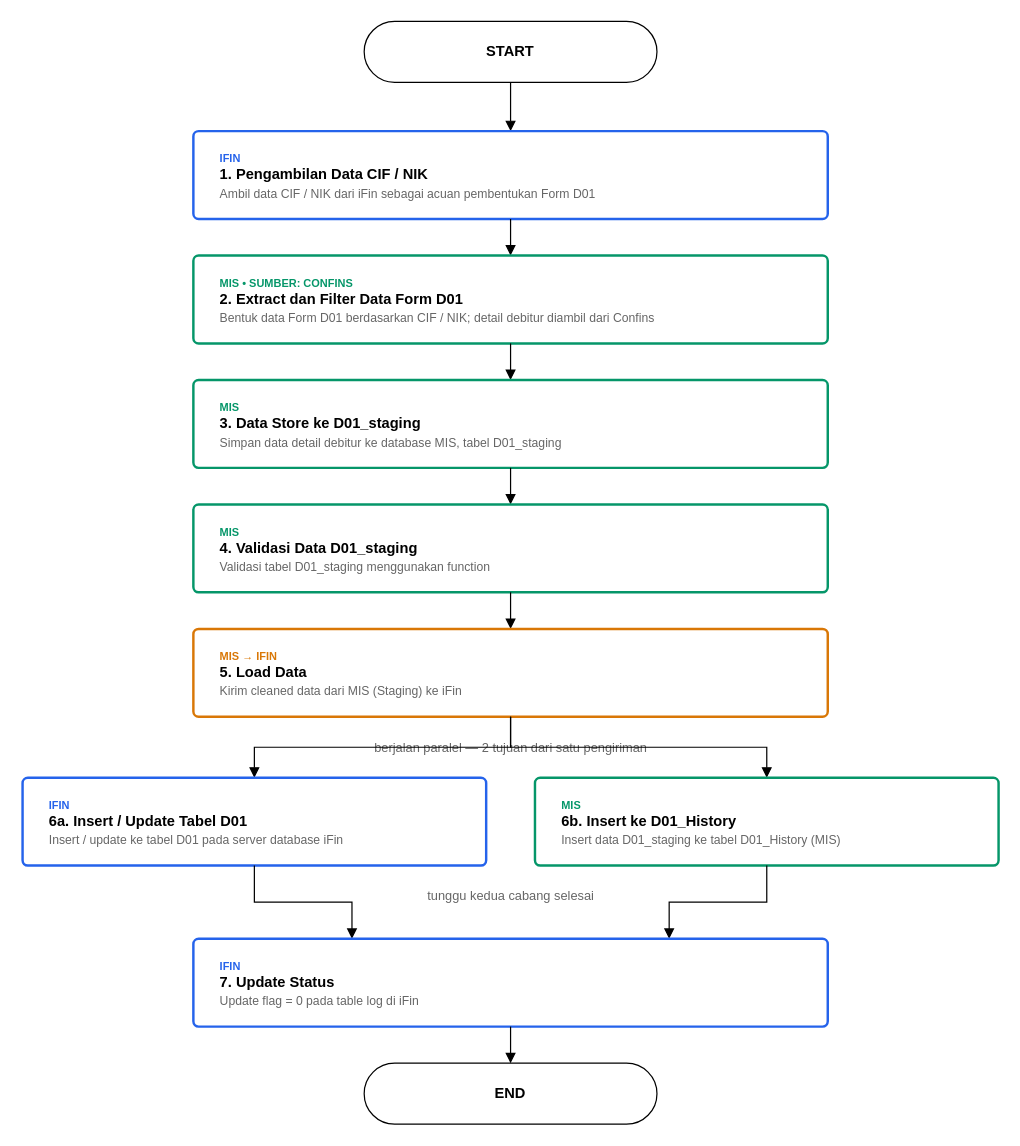
Before: diagrams/slik-d01-business-flow.drawio in mcellina/flow_process_1, a draw.io diagram. Source tidied: cells renumbered, new cells numbered last; positions are measured from the earlier drawing's top-left corner, leaving out a move shared by most shapes. Both pictures are drawn from the tidied source at 122%, with x=0, y=0 at pixel (22, 21).
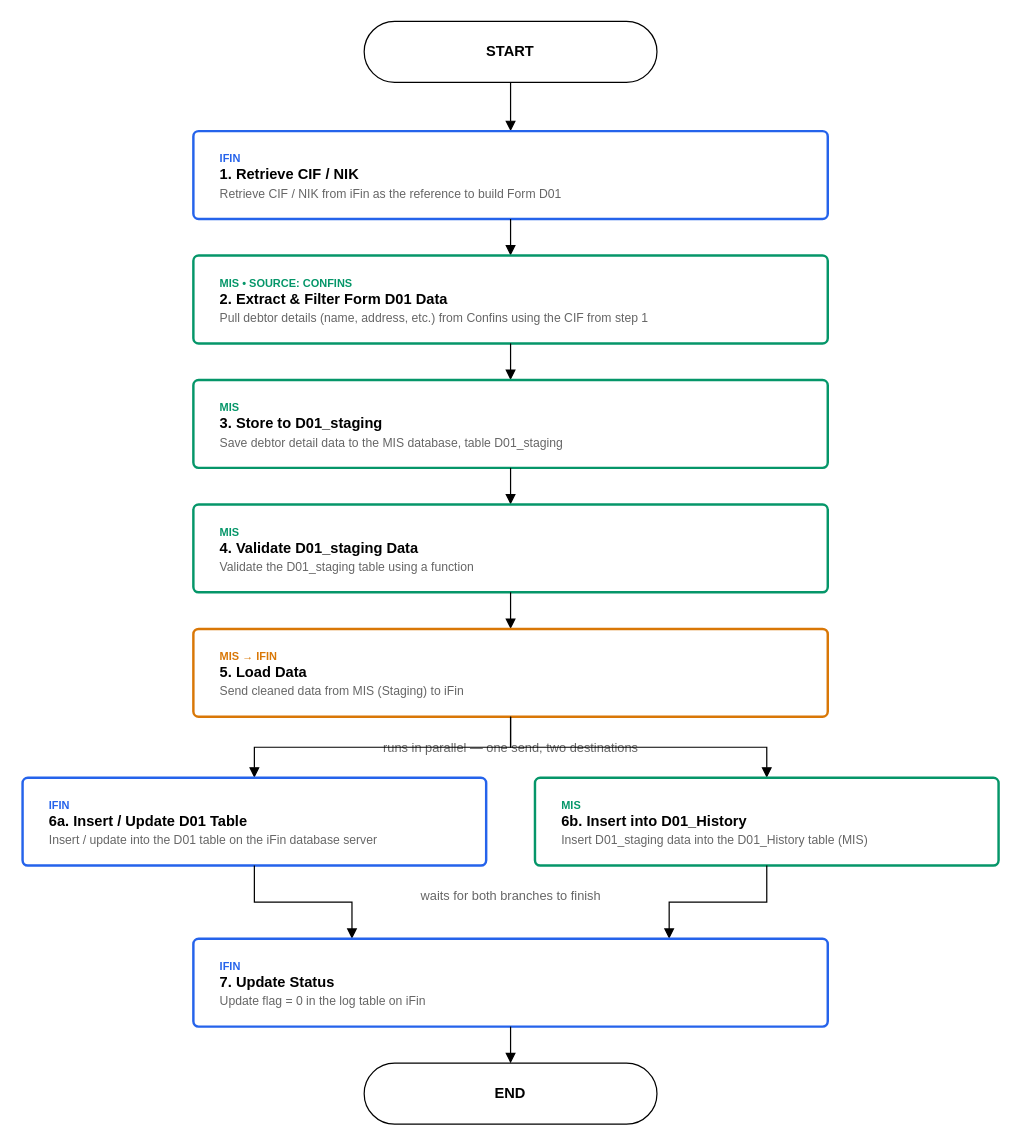
The same page after the edit.

Commit message (it also covers changes not shown here):
Translate D01 business flow to English, clarify step 2 wording

Step 2 now explains the Confins lookup more concretely: pulling debtor
details (name, address, etc.) using the CIF obtained in step 1, rather
than the vaguer 'build Form D01 based on CIF/NIK' phrasing.

Diff of the diagram source:
```diff
@@
-    <mxCell id="4" value="&lt;font style='font-size:9px;color:#2563EB'&gt;&lt;b&gt;IFIN&lt;/b&gt;&lt;/font&gt;&lt;br&gt;&lt;b&gt;1. Pengambilan Data CIF / NIK&lt;/b&gt;&lt;br&gt;&lt;font style='font-size:10px;color:#666666'&gt;Ambil data CIF / NIK dari iFin sebagai acuan pembentukan Form D01&lt;/font&gt;" style="rounded=1;arcSize=6;whiteSpace=wrap;html=1;align=left;verticalAlign=middle;spacing=8;spacingLeft=14;strokeColor=#2563EB;strokeWidth=2;" parent="1" vertex="1">
+    <mxCell id="4" value="&lt;font style='font-size:9px;color:#2563EB'&gt;&lt;b&gt;IFIN&lt;/b&gt;&lt;/font&gt;&lt;br&gt;&lt;b&gt;1. Retrieve CIF / NIK&lt;/b&gt;&lt;br&gt;&lt;font style='font-size:10px;color:#666666'&gt;Retrieve CIF / NIK from iFin as the reference to build Form D01&lt;/font&gt;" style="rounded=1;arcSize=6;whiteSpace=wrap;html=1;align=left;verticalAlign=middle;spacing=8;spacingLeft=14;strokeColor=#2563EB;strokeWidth=2;" parent="1" vertex="1">
       <mxGeometry x="140" y="90" width="520" height="72" as="geometry" />
     </mxCell>
@@
-    <mxCell id="6" value="&lt;font style='font-size:9px;color:#059669'&gt;&lt;b&gt;MIS • SUMBER: CONFINS&lt;/b&gt;&lt;/font&gt;&lt;br&gt;&lt;b&gt;2. Extract dan Filter Data Form D01&lt;/b&gt;&lt;br&gt;&lt;font style='font-size:10px;color:#666666'&gt;Bentuk data Form D01 berdasarkan CIF / NIK; detail debitur diambil dari Confins&lt;/font&gt;" style="rounded=1;arcSize=6;whiteSpace=wrap;html=1;align=left;verticalAlign=middle;spacing=8;spacingLeft=14;strokeColor=#059669;strokeWidth=2;" parent="1" vertex="1">
+    <mxCell id="6" value="&lt;font style='font-size:9px;color:#059669'&gt;&lt;b&gt;MIS • SOURCE: CONFINS&lt;/b&gt;&lt;/font&gt;&lt;br&gt;&lt;b&gt;2. Extract &amp; Filter Form D01 Data&lt;/b&gt;&lt;br&gt;&lt;font style='font-size:10px;color:#666666'&gt;Pull debtor details (name, address, etc.) from Confins using the CIF from step 1&lt;/font&gt;" style="rounded=1;arcSize=6;whiteSpace=wrap;html=1;align=left;verticalAlign=middle;spacing=8;spacingLeft=14;strokeColor=#059669;strokeWidth=2;" parent="1" vertex="1">
       <mxGeometry x="140" y="192" width="520" height="72" as="geometry" />
     </mxCell>
@@
-    <mxCell id="8" value="&lt;font style='font-size:9px;color:#059669'&gt;&lt;b&gt;MIS&lt;/b&gt;&lt;/font&gt;&lt;br&gt;&lt;b&gt;3. Data Store ke D01_staging&lt;/b&gt;&lt;br&gt;&lt;font style='font-size:10px;color:#666666'&gt;Simpan data detail debitur ke database MIS, tabel D01_staging&lt;/font&gt;" style="rounded=1;arcSize=6;whiteSpace=wrap;html=1;align=left;verticalAlign=middle;spacing=8;spacingLeft=14;strokeColor=#059669;strokeWidth=2;" parent="1" vertex="1">
+    <mxCell id="8" value="&lt;font style='font-size:9px;color:#059669'&gt;&lt;b&gt;MIS&lt;/b&gt;&lt;/font&gt;&lt;br&gt;&lt;b&gt;3. Store to D01_staging&lt;/b&gt;&lt;br&gt;&lt;font style='font-size:10px;color:#666666'&gt;Save debtor detail data to the MIS database, table D01_staging&lt;/font&gt;" style="rounded=1;arcSize=6;whiteSpace=wrap;html=1;align=left;verticalAlign=middle;spacing=8;spacingLeft=14;strokeColor=#059669;strokeWidth=2;" parent="1" vertex="1">
       <mxGeometry x="140" y="294" width="520" height="72" as="geometry" />
     </mxCell>
@@
-    <mxCell id="10" value="&lt;font style='font-size:9px;color:#059669'&gt;&lt;b&gt;MIS&lt;/b&gt;&lt;/font&gt;&lt;br&gt;&lt;b&gt;4. Validasi Data D01_staging&lt;/b&gt;&lt;br&gt;&lt;font style='font-size:10px;color:#666666'&gt;Validasi tabel D01_staging menggunakan function&lt;/font&gt;" style="rounded=1;arcSize=6;whiteSpace=wrap;html=1;align=left;verticalAlign=middle;spacing=8;spacingLeft=14;strokeColor=#059669;strokeWidth=2;" parent="1" vertex="1">
+    <mxCell id="10" value="&lt;font style='font-size:9px;color:#059669'&gt;&lt;b&gt;MIS&lt;/b&gt;&lt;/font&gt;&lt;br&gt;&lt;b&gt;4. Validate D01_staging Data&lt;/b&gt;&lt;br&gt;&lt;font style='font-size:10px;color:#666666'&gt;Validate the D01_staging table using a function&lt;/font&gt;" style="rounded=1;arcSize=6;whiteSpace=wrap;html=1;align=left;verticalAlign=middle;spacing=8;spacingLeft=14;strokeColor=#059669;strokeWidth=2;" parent="1" vertex="1">
       <mxGeometry x="140" y="396" width="520" height="72" as="geometry" />
     </mxCell>
@@
-    <mxCell id="12" value="&lt;font style='font-size:9px;color:#D97706'&gt;&lt;b&gt;MIS → IFIN&lt;/b&gt;&lt;/font&gt;&lt;br&gt;&lt;b&gt;5. Load Data&lt;/b&gt;&lt;br&gt;&lt;font style='font-size:10px;color:#666666'&gt;Kirim cleaned data dari MIS (Staging) ke iFin&lt;/font&gt;" style="rounded=1;arcSize=6;whiteSpace=wrap;html=1;align=left;verticalAlign=middle;spacing=8;spacingLeft=14;strokeColor=#D97706;strokeWidth=2;" parent="1" vertex="1">
+    <mxCell id="12" value="&lt;font style='font-size:9px;color:#D97706'&gt;&lt;b&gt;MIS → IFIN&lt;/b&gt;&lt;/font&gt;&lt;br&gt;&lt;b&gt;5. Load Data&lt;/b&gt;&lt;br&gt;&lt;font style='font-size:10px;color:#666666'&gt;Send cleaned data from MIS (Staging) to iFin&lt;/font&gt;" style="rounded=1;arcSize=6;whiteSpace=wrap;html=1;align=left;verticalAlign=middle;spacing=8;spacingLeft=14;strokeColor=#D97706;strokeWidth=2;" parent="1" vertex="1">
       <mxGeometry x="140" y="498" width="520" height="72" as="geometry" />
     </mxCell>
-    <mxCell id="13" value="berjalan paralel — 2 tujuan dari satu pengiriman" style="text;html=1;align=center;fontSize=10.5;fontColor=#666666;" parent="1" vertex="1">
+    <mxCell id="13" value="runs in parallel — one send, two destinations" style="text;html=1;align=center;fontSize=10.5;fontColor=#666666;" parent="1" vertex="1">
       <mxGeometry x="220" y="582" width="360" height="20" as="geometry" />
     </mxCell>
@@
-    <mxCell id="16" value="&lt;font style='font-size:9px;color:#2563EB'&gt;&lt;b&gt;IFIN&lt;/b&gt;&lt;/font&gt;&lt;br&gt;&lt;b&gt;6a. Insert / Update Tabel D01&lt;/b&gt;&lt;br&gt;&lt;font style='font-size:10px;color:#666666'&gt;Insert / update ke tabel D01 pada server database iFin&lt;/font&gt;" style="rounded=1;arcSize=6;whiteSpace=wrap;html=1;align=left;verticalAlign=middle;spacing=8;spacingLeft=14;strokeColor=#2563EB;strokeWidth=2;" parent="1" vertex="1">
+    <mxCell id="16" value="&lt;font style='font-size:9px;color:#2563EB'&gt;&lt;b&gt;IFIN&lt;/b&gt;&lt;/font&gt;&lt;br&gt;&lt;b&gt;6a. Insert / Update D01 Table&lt;/b&gt;&lt;br&gt;&lt;font style='font-size:10px;color:#666666'&gt;Insert / update into the D01 table on the iFin database server&lt;/font&gt;" style="rounded=1;arcSize=6;whiteSpace=wrap;html=1;align=left;verticalAlign=middle;spacing=8;spacingLeft=14;strokeColor=#2563EB;strokeWidth=2;" parent="1" vertex="1">
       <mxGeometry y="620" width="380" height="72" as="geometry" />
     </mxCell>
-    <mxCell id="17" value="&lt;font style='font-size:9px;color:#059669'&gt;&lt;b&gt;MIS&lt;/b&gt;&lt;/font&gt;&lt;br&gt;&lt;b&gt;6b. Insert ke D01_History&lt;/b&gt;&lt;br&gt;&lt;font style='font-size:10px;color:#666666'&gt;Insert data D01_staging ke tabel D01_History (MIS)&lt;/font&gt;" style="rounded=1;arcSize=6;whiteSpace=wrap;html=1;align=left;verticalAlign=middle;spacing=8;spacingLeft=14;strokeColor=#059669;strokeWidth=2;" parent="1" vertex="1">
+    <mxCell id="17" value="&lt;font style='font-size:9px;color:#059669'&gt;&lt;b&gt;MIS&lt;/b&gt;&lt;/font&gt;&lt;br&gt;&lt;b&gt;6b. Insert into D01_History&lt;/b&gt;&lt;br&gt;&lt;font style='font-size:10px;color:#666666'&gt;Insert D01_staging data into the D01_History table (MIS)&lt;/font&gt;" style="rounded=1;arcSize=6;whiteSpace=wrap;html=1;align=left;verticalAlign=middle;spacing=8;spacingLeft=14;strokeColor=#059669;strokeWidth=2;" parent="1" vertex="1">
       <mxGeometry x="420" y="620" width="380" height="72" as="geometry" />
     </mxCell>
-    <mxCell id="18" value="tunggu kedua cabang selesai" style="text;html=1;align=center;fontSize=10.5;fontColor=#666666;" parent="1" vertex="1">
-      <mxGeometry x="290" y="704" width="220" height="20" as="geometry" />
+    <mxCell id="18" value="waits for both branches to finish" style="text;html=1;align=center;fontSize=10.5;fontColor=#666666;" parent="1" vertex="1">
+      <mxGeometry x="270" y="704" width="260" height="20" as="geometry" />
     </mxCell>
@@
-    <mxCell id="21" value="&lt;font style='font-size:9px;color:#2563EB'&gt;&lt;b&gt;IFIN&lt;/b&gt;&lt;/font&gt;&lt;br&gt;&lt;b&gt;7. Update Status&lt;/b&gt;&lt;br&gt;&lt;font style='font-size:10px;color:#666666'&gt;Update flag = 0 pada table log di iFin&lt;/font&gt;" style="rounded=1;arcSize=6;whiteSpace=wrap;html=1;align=left;verticalAlign=middle;spacing=8;spacingLeft=14;strokeColor=#2563EB;strokeWidth=2;" parent="1" vertex="1">
+    <mxCell id="21" value="&lt;font style='font-size:9px;color:#2563EB'&gt;&lt;b&gt;IFIN&lt;/b&gt;&lt;/font&gt;&lt;br&gt;&lt;b&gt;7. Update Status&lt;/b&gt;&lt;br&gt;&lt;font style='font-size:10px;color:#666666'&gt;Update flag = 0 in the log table on iFin&lt;/font&gt;" style="rounded=1;arcSize=6;whiteSpace=wrap;html=1;align=left;verticalAlign=middle;spacing=8;spacingLeft=14;strokeColor=#2563EB;strokeWidth=2;" parent="1" vertex="1">
       <mxGeometry x="140" y="752" width="520" height="72" as="geometry" />
     </mxCell>
```
